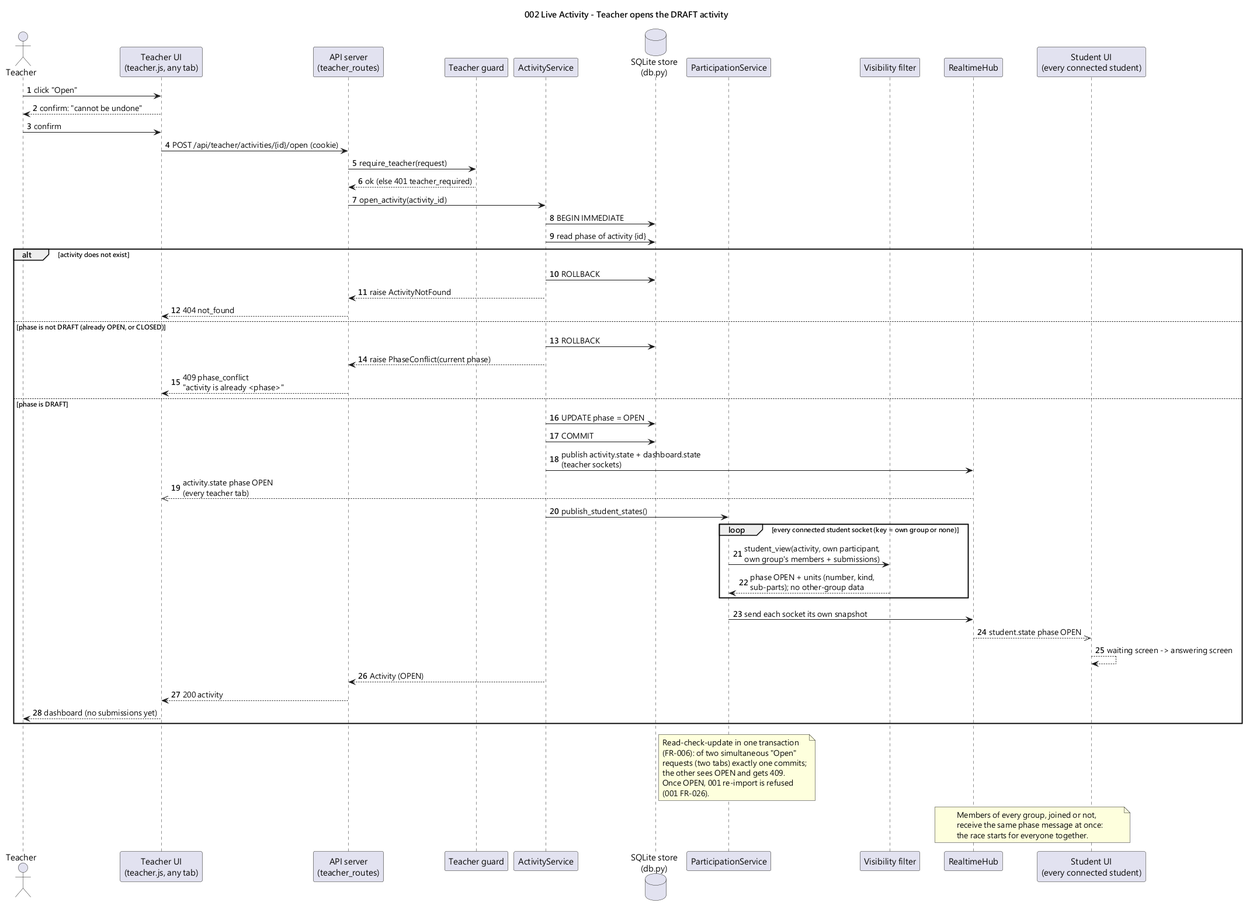
The PlantUML diagram diagrams/002-seq-open-activity.png in WasabiSaikou/quiz-buzzer, before a commit. Source of this version:
```plantuml
@startuml 002-seq-open-activity
title 002 Live Activity - Teacher opens the DRAFT activity

skinparam shadowing false
skinparam defaultFontName "Microsoft JhengHei"
autonumber

actor Teacher
participant "Teacher UI\n(teacher.js, any tab)" as TUI
participant "API server\n(teacher_routes)" as API
participant "Teacher guard" as AUTH
participant "ActivityService" as ACT
database "SQLite store\n(db.py)" as DB
participant "ParticipationService" as PSVC
participant "Visibility filter" as VIS
participant "RealtimeHub" as RT
participant "Student UI\n(every connected student)" as SUI

Teacher -> TUI : click "Open"
TUI --> Teacher : confirm: "cannot be undone"
Teacher -> TUI : confirm
TUI -> API : POST /api/teacher/activities/{id}/open (cookie)
API -> AUTH : require_teacher(request)
AUTH --> API : ok (else 401 teacher_required)
API -> ACT : open_activity(activity_id)
ACT -> DB : BEGIN IMMEDIATE
ACT -> DB : read phase of activity {id}
alt activity does not exist
  ACT -> DB : ROLLBACK
  ACT --> API : raise ActivityNotFound
  API --> TUI : 404 not_found
else phase is not DRAFT (already OPEN, or CLOSED)
  ACT -> DB : ROLLBACK
  ACT --> API : raise PhaseConflict(current phase)
  API --> TUI : 409 phase_conflict\n"activity is already <phase>"
else phase is DRAFT
  ACT -> DB : UPDATE phase = OPEN
  ACT -> DB : COMMIT
  ACT -> RT : publish activity.state + dashboard.state\n(teacher sockets)
  RT -->> TUI : activity.state phase OPEN\n(every teacher tab)
  ACT -> PSVC : publish_student_states()
  loop every connected student socket (key = own group or none)
    PSVC -> VIS : student_view(activity, own participant,\nown group's members + submissions)
    VIS --> PSVC : phase OPEN + units (number, kind,\nsub-parts); no other-group data
  end
  PSVC -> RT : send each socket its own snapshot
  RT -->> SUI : student.state phase OPEN
  SUI --> SUI : waiting screen -> answering screen
  ACT --> API : Activity (OPEN)
  API --> TUI : 200 activity
  TUI --> Teacher : dashboard (no submissions yet)
end

note right of DB
  Read-check-update in one transaction
  (FR-006): of two simultaneous "Open"
  requests (two tabs) exactly one commits;
  the other sees OPEN and gets 409.
  Once OPEN, 001 re-import is refused
  (001 FR-026).
end note

note over RT, SUI
  Members of every group, joined or not,
  receive the same phase message at once:
  the race starts for everyone together.
end note
@enduml
```
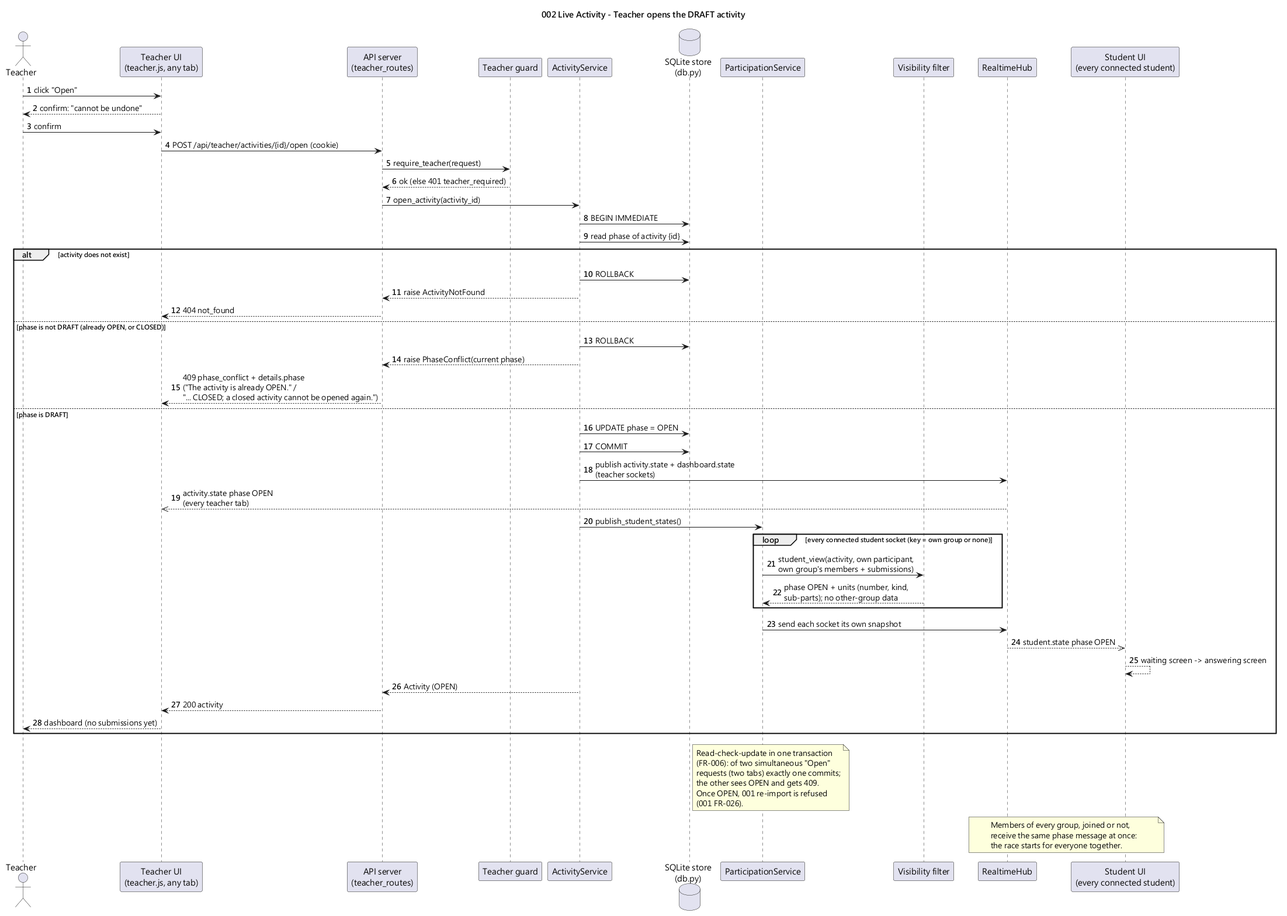
After the change.

Change to the diagram source:
```diff
@@ -32,7 +32,7 @@
 else phase is not DRAFT (already OPEN, or CLOSED)
   ACT -> DB : ROLLBACK
   ACT --> API : raise PhaseConflict(current phase)
-  API --> TUI : 409 phase_conflict\n"activity is already <phase>"
+  API --> TUI : 409 phase_conflict + details.phase\n("The activity is already OPEN." /\n"... CLOSED; a closed activity cannot be opened again.")
 else phase is DRAFT
   ACT -> DB : UPDATE phase = OPEN
   ACT -> DB : COMMIT
```
